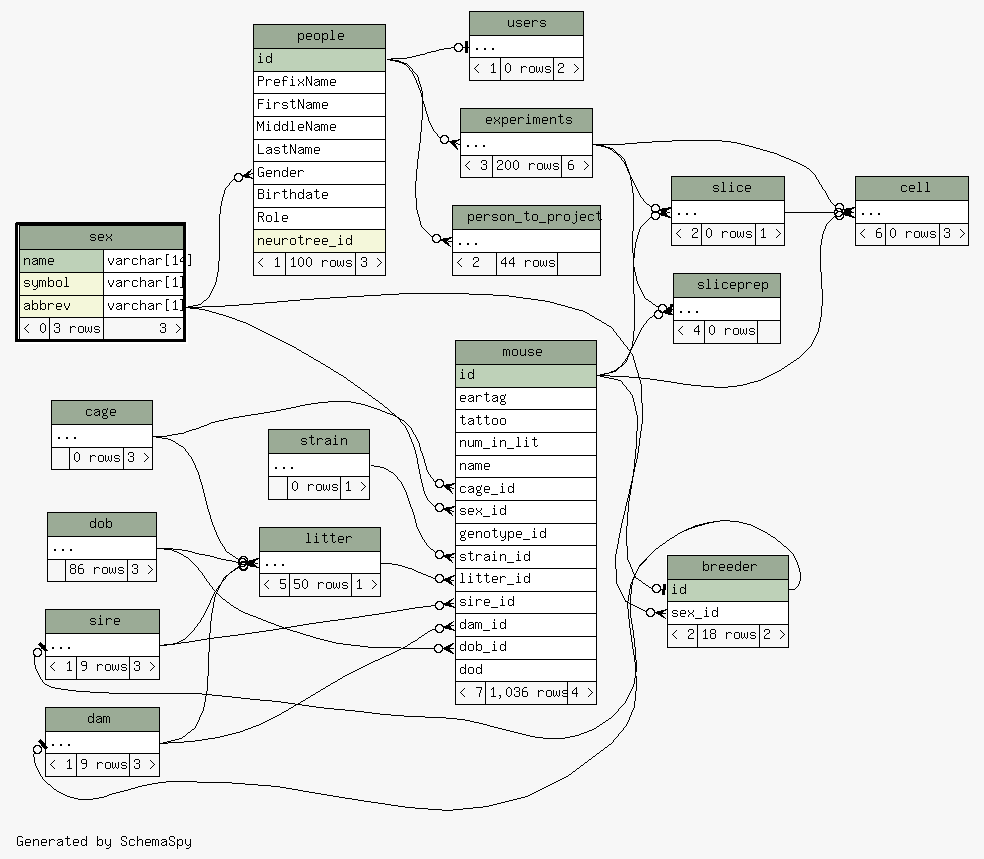
Before: database/ss/diagrams/sex.2degrees.png, a diagram exported from Graphviz (tgbugs/mlab). Its source is kept beside it as database/ss/diagrams/sex.2degrees.dot.
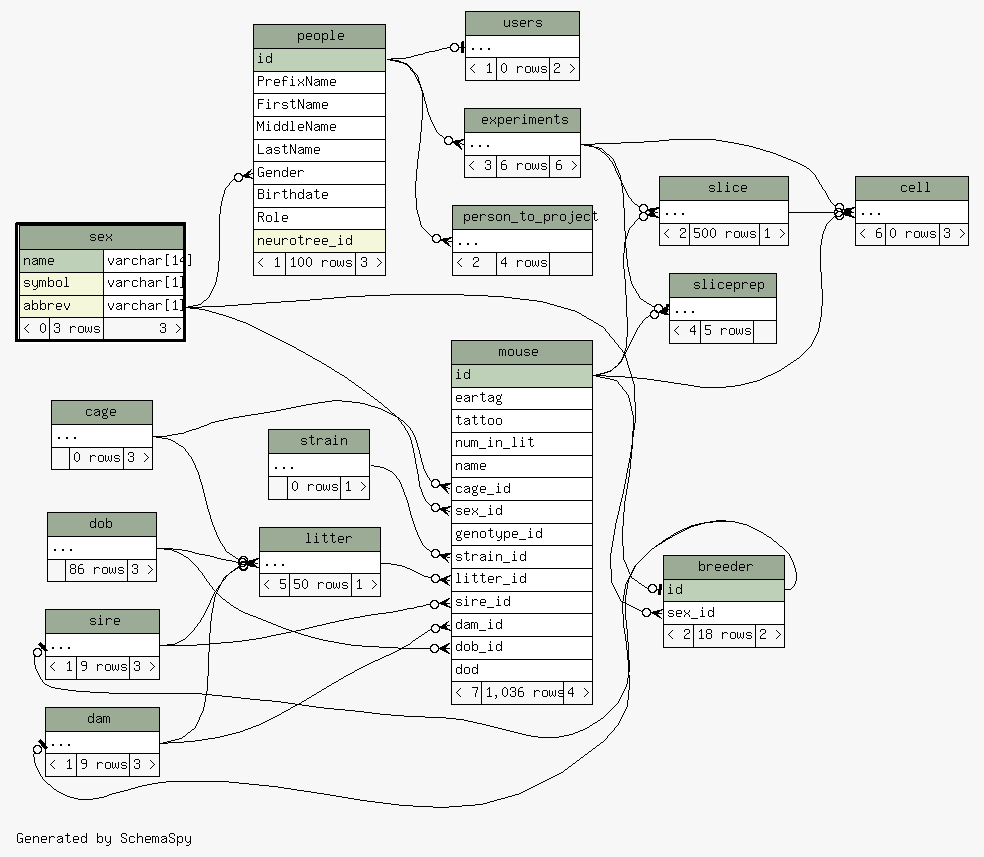
The same diagram one commit later.

The edit, as a diff of the source:
```diff
@@ -99,7 +99,7 @@
     <TABLE BORDER="0" CELLBORDER="1" CELLSPACING="0" BGCOLOR="#ffffff">
       <TR><TD COLSPAN="3" BGCOLOR="#9bab96" ALIGN="CENTER">experiments</TD></TR>
       <TR><TD PORT="elipses" COLSPAN="3" ALIGN="LEFT">...</TD></TR>
-      <TR><TD ALIGN="LEFT" BGCOLOR="#f7f7f7">&lt; 3</TD><TD ALIGN="RIGHT" BGCOLOR="#f7f7f7">200 rows</TD><TD ALIGN="RIGHT" BGCOLOR="#f7f7f7">6 &gt;</TD></TR>
+      <TR><TD ALIGN="LEFT" BGCOLOR="#f7f7f7">&lt; 3</TD><TD ALIGN="RIGHT" BGCOLOR="#f7f7f7">6 rows</TD><TD ALIGN="RIGHT" BGCOLOR="#f7f7f7">6 &gt;</TD></TR>
     </TABLE>>
     URL="experiments.html"
     tooltip="experiments"
@@ -160,7 +160,7 @@
     <TABLE BORDER="0" CELLBORDER="1" CELLSPACING="0" BGCOLOR="#ffffff">
       <TR><TD COLSPAN="3" BGCOLOR="#9bab96" ALIGN="CENTER">person_to_project</TD></TR>
       <TR><TD PORT="elipses" COLSPAN="3" ALIGN="LEFT">...</TD></TR>
-      <TR><TD ALIGN="LEFT" BGCOLOR="#f7f7f7">&lt; 2</TD><TD ALIGN="RIGHT" BGCOLOR="#f7f7f7">44 rows</TD><TD ALIGN="RIGHT" BGCOLOR="#f7f7f7">  </TD></TR>
+      <TR><TD ALIGN="LEFT" BGCOLOR="#f7f7f7">&lt; 2</TD><TD ALIGN="RIGHT" BGCOLOR="#f7f7f7">4 rows</TD><TD ALIGN="RIGHT" BGCOLOR="#f7f7f7">  </TD></TR>
     </TABLE>>
     URL="person_to_project.html"
     tooltip="person_to_project"
@@ -192,7 +192,7 @@
     <TABLE BORDER="0" CELLBORDER="1" CELLSPACING="0" BGCOLOR="#ffffff">
       <TR><TD COLSPAN="3" BGCOLOR="#9bab96" ALIGN="CENTER">slice</TD></TR>
       <TR><TD PORT="elipses" COLSPAN="3" ALIGN="LEFT">...</TD></TR>
-      <TR><TD ALIGN="LEFT" BGCOLOR="#f7f7f7">&lt; 2</TD><TD ALIGN="RIGHT" BGCOLOR="#f7f7f7">0 rows</TD><TD ALIGN="RIGHT" BGCOLOR="#f7f7f7">1 &gt;</TD></TR>
+      <TR><TD ALIGN="LEFT" BGCOLOR="#f7f7f7">&lt; 2</TD><TD ALIGN="RIGHT" BGCOLOR="#f7f7f7">500 rows</TD><TD ALIGN="RIGHT" BGCOLOR="#f7f7f7">1 &gt;</TD></TR>
     </TABLE>>
     URL="slice.html"
     tooltip="slice"
@@ -202,7 +202,7 @@
     <TABLE BORDER="0" CELLBORDER="1" CELLSPACING="0" BGCOLOR="#ffffff">
       <TR><TD COLSPAN="3" BGCOLOR="#9bab96" ALIGN="CENTER">sliceprep</TD></TR>
       <TR><TD PORT="elipses" COLSPAN="3" ALIGN="LEFT">...</TD></TR>
-      <TR><TD ALIGN="LEFT" BGCOLOR="#f7f7f7">&lt; 4</TD><TD ALIGN="RIGHT" BGCOLOR="#f7f7f7">0 rows</TD><TD ALIGN="RIGHT" BGCOLOR="#f7f7f7">  </TD></TR>
+      <TR><TD ALIGN="LEFT" BGCOLOR="#f7f7f7">&lt; 4</TD><TD ALIGN="RIGHT" BGCOLOR="#f7f7f7">5 rows</TD><TD ALIGN="RIGHT" BGCOLOR="#f7f7f7">  </TD></TR>
     </TABLE>>
     URL="sliceprep.html"
     tooltip="sliceprep"
```
